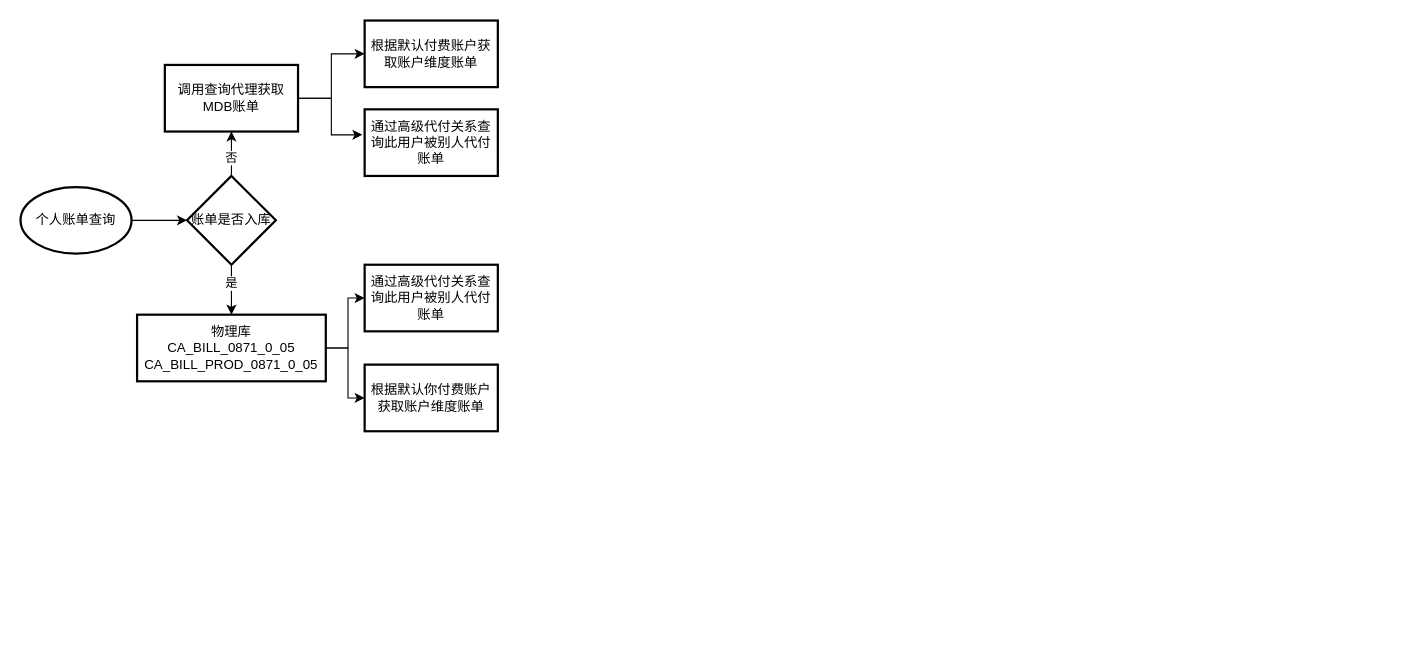
Earlier version of the draw.io diagram 未命名绘图.drawio (315944211/doc). Source tidied: cells renumbered, new cells numbered last; positions are measured from the earlier drawing's top-left corner, leaving out a move shared by most shapes. Both pictures are drawn from the tidied source at 111%, with x=0, y=0 at pixel (20, 20).
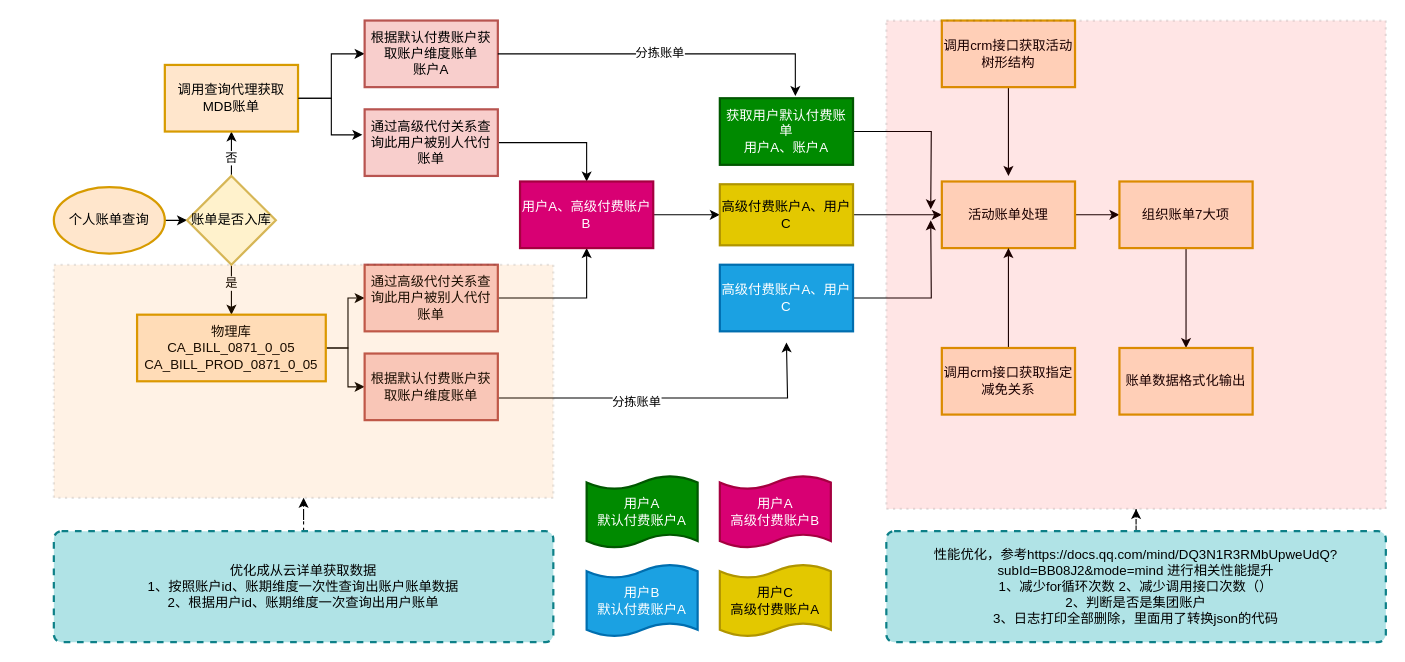
The same page after the edit.

Commit message (it also covers changes not shown here):
更新未命名绘图.drawio

Diff of the diagram source:
```diff
@@
-    <mxCell id="3" value="个人账单查询" style="strokeWidth=2;html=1;shape=mxgraph.flowchart.start_1;whiteSpace=wrap;" parent="1" vertex="1">
-      <mxGeometry y="150" width="100" height="60" as="geometry" />
+    <mxCell id="3" value="个人账单查询" style="strokeWidth=2;html=1;shape=mxgraph.flowchart.start_1;whiteSpace=wrap;fillColor=#ffe6cc;strokeColor=#d79b00;" parent="1" vertex="1">
+      <mxGeometry x="30" y="150" width="100" height="60" as="geometry" />
     </mxCell>
@@
-    <mxCell id="8" value="账单是否入库" style="rhombus;whiteSpace=wrap;html=1;strokeWidth=2;" parent="1" vertex="1">
+    <mxCell id="8" value="账单是否入库" style="rhombus;whiteSpace=wrap;html=1;strokeWidth=2;fillColor=#fff2cc;strokeColor=#d6b656;" parent="1" vertex="1">
       <mxGeometry x="150" y="140" width="80" height="80" as="geometry" />
     </mxCell>
@@
-    <mxCell id="10" value="调用查询代理获取MDB账单" style="whiteSpace=wrap;html=1;strokeWidth=2;" parent="1" vertex="1">
+    <mxCell id="10" value="调用查询代理获取MDB账单" style="whiteSpace=wrap;html=1;strokeWidth=2;fillColor=#ffe6cc;strokeColor=#d79b00;" parent="1" vertex="1">
       <mxGeometry x="130" y="40" width="120" height="60" as="geometry" />
     </mxCell>
@@
-    <mxCell id="13" value="物理库&lt;br&gt;&lt;div data-mind-map-text=&quot;[{&amp;quot;paragraphProps&amp;quot;:{&amp;quot;type&amp;quot;:&amp;quot;paragraph&amp;quot;,&amp;quot;textAlign&amp;quot;:0,&amp;quot;lineSpacing&amp;quot;:1.4},&amp;quot;isComplete&amp;quot;:true,&amp;quot;textProps&amp;quot;:[{&amp;quot;type&amp;quot;:&amp;quot;text&amp;quot;,&amp;quot;text&amp;quot;:&amp;quot;CA_BILL_0871_0_05&amp;quot;,&amp;quot;color&amp;quot;:&amp;quot;#1f1f1f&amp;quot;,&amp;quot;fontWeight&amp;quot;:400,&amp;quot;fontSize&amp;quot;:14,&amp;quot;fontFamily&amp;quot;:&amp;quot;\&amp;quot;Helvetica Neue\&amp;quot;, Helvetica, \&amp;quot;PingFang SC\&amp;quot;, \&amp;quot;Microsoft YaHei\&amp;quot;, \&amp;quot;Source Han Sans SC\&amp;quot;, \&amp;quot;Noto Sans CJK SC\&amp;quot;, \&amp;quot;WenQuanYi Micro Hei\&amp;quot;, sans-serif&amp;quot;,&amp;quot;italic&amp;quot;:false,&amp;quot;underline&amp;quot;:false,&amp;quot;strike&amp;quot;:false}]}]&quot;&gt;CA_BILL_0871_0_05&lt;br&gt;&lt;div data-mind-map-text=&quot;[{&amp;quot;paragraphProps&amp;quot;:{&amp;quot;type&amp;quot;:&amp;quot;paragraph&amp;quot;,&amp;quot;textAlign&amp;quot;:0,&amp;quot;lineSpacing&amp;quot;:1.4},&amp;quot;isComplete&amp;quot;:true,&amp;quot;textProps&amp;quot;:[{&amp;quot;type&amp;quot;:&amp;quot;text&amp;quot;,&amp;quot;text&amp;quot;:&amp;quot;CA_BILL_PROD_0871_0_05&amp;quot;,&amp;quot;color&amp;quot;:&amp;quot;#1f1f1f&amp;quot;,&amp;quot;fontWeight&amp;quot;:400,&amp;quot;fontSize&amp;quot;:14,&amp;quot;fontFamily&amp;quot;:&amp;quot;\&amp;quot;Helvetica Neue\&amp;quot;, Helvetica, \&amp;quot;PingFang SC\&amp;quot;, \&amp;quot;Microsoft YaHei\&amp;quot;, \&amp;quot;Source Han Sans SC\&amp;quot;, \&amp;quot;Noto Sans CJK SC\&amp;quot;, \&amp;quot;WenQuanYi Micro Hei\&amp;quot;, sans-serif&amp;quot;,&amp;quot;italic&amp;quot;:false,&amp;quot;underline&amp;quot;:false,&amp;quot;strike&amp;quot;:false}]}]&quot;&gt;CA_BILL_PROD_0871_0_05&lt;/div&gt;&lt;/div&gt;" style="whiteSpace=wrap;html=1;strokeWidth=2;" parent="1" vertex="1">
+    <mxCell id="13" value="物理库&lt;br&gt;&lt;div data-mind-map-text=&quot;[{&amp;quot;paragraphProps&amp;quot;:{&amp;quot;type&amp;quot;:&amp;quot;paragraph&amp;quot;,&amp;quot;textAlign&amp;quot;:0,&amp;quot;lineSpacing&amp;quot;:1.4},&amp;quot;isComplete&amp;quot;:true,&amp;quot;textProps&amp;quot;:[{&amp;quot;type&amp;quot;:&amp;quot;text&amp;quot;,&amp;quot;text&amp;quot;:&amp;quot;CA_BILL_0871_0_05&amp;quot;,&amp;quot;color&amp;quot;:&amp;quot;#1f1f1f&amp;quot;,&amp;quot;fontWeight&amp;quot;:400,&amp;quot;fontSize&amp;quot;:14,&amp;quot;fontFamily&amp;quot;:&amp;quot;\&amp;quot;Helvetica Neue\&amp;quot;, Helvetica, \&amp;quot;PingFang SC\&amp;quot;, \&amp;quot;Microsoft YaHei\&amp;quot;, \&amp;quot;Source Han Sans SC\&amp;quot;, \&amp;quot;Noto Sans CJK SC\&amp;quot;, \&amp;quot;WenQuanYi Micro Hei\&amp;quot;, sans-serif&amp;quot;,&amp;quot;italic&amp;quot;:false,&amp;quot;underline&amp;quot;:false,&amp;quot;strike&amp;quot;:false}]}]&quot;&gt;CA_BILL_0871_0_05&lt;br&gt;&lt;div data-mind-map-text=&quot;[{&amp;quot;paragraphProps&amp;quot;:{&amp;quot;type&amp;quot;:&amp;quot;paragraph&amp;quot;,&amp;quot;textAlign&amp;quot;:0,&amp;quot;lineSpacing&amp;quot;:1.4},&amp;quot;isComplete&amp;quot;:true,&amp;quot;textProps&amp;quot;:[{&amp;quot;type&amp;quot;:&amp;quot;text&amp;quot;,&amp;quot;text&amp;quot;:&amp;quot;CA_BILL_PROD_0871_0_05&amp;quot;,&amp;quot;color&amp;quot;:&amp;quot;#1f1f1f&amp;quot;,&amp;quot;fontWeight&amp;quot;:400,&amp;quot;fontSize&amp;quot;:14,&amp;quot;fontFamily&amp;quot;:&amp;quot;\&amp;quot;Helvetica Neue\&amp;quot;, Helvetica, \&amp;quot;PingFang SC\&amp;quot;, \&amp;quot;Microsoft YaHei\&amp;quot;, \&amp;quot;Source Han Sans SC\&amp;quot;, \&amp;quot;Noto Sans CJK SC\&amp;quot;, \&amp;quot;WenQuanYi Micro Hei\&amp;quot;, sans-serif&amp;quot;,&amp;quot;italic&amp;quot;:false,&amp;quot;underline&amp;quot;:false,&amp;quot;strike&amp;quot;:false}]}]&quot;&gt;CA_BILL_PROD_0871_0_05&lt;/div&gt;&lt;/div&gt;" style="whiteSpace=wrap;html=1;strokeWidth=2;fillColor=#ffe6cc;strokeColor=#d79b00;" parent="1" vertex="1">
       <mxGeometry x="105" y="265" width="170" height="60" as="geometry" />
     </mxCell>
-    <mxCell id="14" value="根据默认付费账户获取账户维度账单" style="whiteSpace=wrap;html=1;strokeWidth=2;" parent="1" vertex="1">
+    <mxCell id="14" value="根据默认付费账户获取账户维度账单&lt;br&gt;账户A" style="whiteSpace=wrap;html=1;strokeWidth=2;fillColor=#f8cecc;strokeColor=#b85450;" parent="1" vertex="1">
       <mxGeometry x="310" width="120" height="60" as="geometry" />
     </mxCell>
+    <mxCell id="19" style="edgeStyle=orthogonalEdgeStyle;rounded=0;jettySize=auto;html=1;" parent="1" edge="1" source="15">
+      <mxGeometry relative="1" as="geometry">
+        <mxPoint x="690" y="290" as="targetPoint" />
+        <Array as="points">
+          <mxPoint x="691" y="340" />
+        </Array>
+      </mxGeometry>
+    </mxCell>
+    <mxCell id="20" value="分拣账单" style="edgeLabel;html=1;align=center;verticalAlign=middle;" parent="19" vertex="1">
+      <mxGeometry x="-0.2" y="-3" relative="1" as="geometry" />
+    </mxCell>
-    <mxCell id="15" value="根据默认你付费账户获取账户维度账单" style="whiteSpace=wrap;html=1;strokeWidth=2;" parent="1" vertex="1">
-      <mxGeometry x="310" y="310" width="120" height="60" as="geometry" />
+    <mxCell id="15" value="根据默认付费账户获取账户维度账单" style="whiteSpace=wrap;html=1;strokeWidth=2;fillColor=#f8cecc;strokeColor=#b85450;" parent="1" vertex="1">
+      <mxGeometry x="310" y="300" width="120" height="60" as="geometry" />
     </mxCell>
+    <mxCell id="21" style="edgeStyle=orthogonalEdgeStyle;rounded=0;jettySize=auto;html=1;" parent="1" edge="1" source="16" target="30">
+      <mxGeometry relative="1" as="geometry" />
+    </mxCell>
-    <mxCell id="16" value="通过高级代付关系查询此用户被别人代付账单" style="whiteSpace=wrap;html=1;strokeWidth=2;" parent="1" vertex="1">
+    <mxCell id="16" value="通过高级代付关系查询此用户被别人代付账单" style="whiteSpace=wrap;html=1;strokeWidth=2;fillColor=#f8cecc;strokeColor=#b85450;" parent="1" vertex="1">
       <mxGeometry x="310" y="80" width="120" height="60" as="geometry" />
     </mxCell>
+    <mxCell id="22" style="edgeStyle=orthogonalEdgeStyle;rounded=0;jettySize=auto;html=1;entryX=0.5;entryY=1;entryDx=0;entryDy=0;" parent="1" edge="1" source="17" target="30">
+      <mxGeometry relative="1" as="geometry" />
+    </mxCell>
-    <mxCell id="17" value="通过高级代付关系查询此用户被别人代付账单" style="whiteSpace=wrap;html=1;strokeWidth=2;" parent="1" vertex="1">
+    <mxCell id="17" value="通过高级代付关系查询此用户被别人代付账单" style="whiteSpace=wrap;html=1;strokeWidth=2;fillColor=#f8cecc;strokeColor=#b85450;" parent="1" vertex="1">
       <mxGeometry x="310" y="220" width="120" height="60" as="geometry" />
     </mxCell>
@@
+    <mxCell id="23" style="edgeStyle=orthogonalEdgeStyle;rounded=0;jettySize=auto;html=1;" parent="1" edge="1" source="24">
+      <mxGeometry relative="1" as="geometry">
+        <mxPoint x="820" y="170" as="targetPoint" />
+      </mxGeometry>
+    </mxCell>
+    <mxCell id="24" value="获取用户默认付费账单&lt;br&gt;用户A、账户A" style="whiteSpace=wrap;html=1;strokeWidth=2;fillColor=#008a00;fontColor=#ffffff;strokeColor=#005700;" parent="1" vertex="1">
+      <mxGeometry x="630" y="70" width="120" height="60" as="geometry" />
+    </mxCell>
+    <mxCell id="25" value="用户A&lt;br&gt;默认付费账户A" style="shape=tape;whiteSpace=wrap;html=1;strokeWidth=2;size=0.19;fillColor=#008a00;strokeColor=#005700;fontColor=#ffffff;" parent="1" vertex="1">
+      <mxGeometry x="510" y="410" width="100" height="65" as="geometry" />
+    </mxCell>
+    <mxCell id="26" value="用户A&lt;br&gt;高级付费账户B" style="shape=tape;whiteSpace=wrap;html=1;strokeWidth=2;size=0.19;fillColor=#d80073;fontColor=#ffffff;strokeColor=#A50040;" parent="1" vertex="1">
+      <mxGeometry x="630" y="410" width="100" height="65" as="geometry" />
+    </mxCell>
+    <mxCell id="27" value="用户B&lt;br&gt;默认付费账户A" style="shape=tape;whiteSpace=wrap;html=1;strokeWidth=2;size=0.19;fillColor=#1ba1e2;strokeColor=#006EAF;fontColor=#ffffff;" parent="1" vertex="1">
+      <mxGeometry x="510" y="490" width="100" height="65" as="geometry" />
+    </mxCell>
+    <mxCell id="28" value="用户C&lt;br&gt;高级付费账户A" style="shape=tape;whiteSpace=wrap;html=1;strokeWidth=2;size=0.19;fillColor=#e3c800;fontColor=#000000;strokeColor=#B09500;" parent="1" vertex="1">
+      <mxGeometry x="630" y="490" width="100" height="65" as="geometry" />
+    </mxCell>
+    <mxCell id="29" style="edgeStyle=orthogonalEdgeStyle;rounded=0;jettySize=auto;html=1;" parent="1" edge="1" source="30" target="32">
+      <mxGeometry relative="1" as="geometry" />
+    </mxCell>
+    <mxCell id="30" value="用户A、高级付费账户B" style="whiteSpace=wrap;html=1;strokeWidth=2;fillColor=#d80073;fontColor=#ffffff;strokeColor=#A50040;" parent="1" vertex="1">
+      <mxGeometry x="450" y="145" width="120" height="60" as="geometry" />
+    </mxCell>
+    <mxCell id="31" style="edgeStyle=orthogonalEdgeStyle;rounded=0;jettySize=auto;html=1;entryX=0;entryY=0.5;entryDx=0;entryDy=0;" parent="1" edge="1" source="32" target="38">
+      <mxGeometry relative="1" as="geometry" />
+    </mxCell>
+    <mxCell id="32" value="高级付费账户A、用户C" style="whiteSpace=wrap;html=1;strokeWidth=2;fillColor=#e3c800;fontColor=#000000;strokeColor=#B09500;" parent="1" vertex="1">
+      <mxGeometry x="630" y="147.5" width="120" height="55" as="geometry" />
+    </mxCell>
+    <mxCell id="33" style="edgeStyle=orthogonalEdgeStyle;rounded=0;jettySize=auto;html=1;" parent="1" edge="1" source="34">
+      <mxGeometry relative="1" as="geometry">
+        <mxPoint x="820" y="180" as="targetPoint" />
+      </mxGeometry>
+    </mxCell>
+    <mxCell id="34" value="高级付费账户A、用户C" style="whiteSpace=wrap;html=1;strokeWidth=2;fillColor=#1ba1e2;fontColor=#ffffff;strokeColor=#006EAF;" parent="1" vertex="1">
+      <mxGeometry x="630" y="220" width="120" height="60" as="geometry" />
+    </mxCell>
+    <mxCell id="35" style="edgeStyle=orthogonalEdgeStyle;rounded=0;jettySize=auto;html=1;entryX=0.567;entryY=-0.033;entryDx=0;entryDy=0;entryPerimeter=0;" parent="1" edge="1" source="14" target="24">
+      <mxGeometry relative="1" as="geometry" />
+    </mxCell>
+    <mxCell id="36" value="分拣账单" style="edgeLabel;html=1;align=center;verticalAlign=middle;" parent="35" vertex="1">
+      <mxGeometry x="-0.05" y="2" relative="1" as="geometry" />
+    </mxCell>
+    <mxCell id="37" style="edgeStyle=orthogonalEdgeStyle;rounded=0;jettySize=auto;html=1;" parent="1" edge="1" source="38" target="44">
+      <mxGeometry relative="1" as="geometry" />
+    </mxCell>
+    <mxCell id="38" value="活动账单处理" style="whiteSpace=wrap;html=1;strokeWidth=2;fillColor=#ffe6cc;strokeColor=#d79b00;" parent="1" vertex="1">
+      <mxGeometry x="830" y="145" width="120" height="60" as="geometry" />
+    </mxCell>
+    <mxCell id="39" style="edgeStyle=orthogonalEdgeStyle;rounded=0;jettySize=auto;html=1;" parent="1" edge="1" source="40">
+      <mxGeometry relative="1" as="geometry">
+        <mxPoint x="890" y="140" as="targetPoint" />
+      </mxGeometry>
+    </mxCell>
+    <mxCell id="40" value="调用crm接口获取活动树形结构" style="whiteSpace=wrap;html=1;strokeWidth=2;fillColor=#ffe6cc;strokeColor=#d79b00;" parent="1" vertex="1">
+      <mxGeometry x="830" width="120" height="60" as="geometry" />
+    </mxCell>
+    <mxCell id="41" style="edgeStyle=orthogonalEdgeStyle;rounded=0;jettySize=auto;html=1;" parent="1" edge="1" source="42" target="38">
+      <mxGeometry relative="1" as="geometry" />
+    </mxCell>
+    <mxCell id="42" value="调用crm接口获取指定减免关系" style="whiteSpace=wrap;html=1;strokeWidth=2;fillColor=#ffe6cc;strokeColor=#d79b00;" parent="1" vertex="1">
+      <mxGeometry x="830" y="295" width="120" height="60" as="geometry" />
+    </mxCell>
+    <mxCell id="43" style="edgeStyle=orthogonalEdgeStyle;rounded=0;jettySize=auto;html=1;" parent="1" edge="1" source="44" target="45">
+      <mxGeometry relative="1" as="geometry" />
+    </mxCell>
+    <mxCell id="44" value="组织账单7大项" style="whiteSpace=wrap;html=1;strokeWidth=2;fillColor=#ffe6cc;strokeColor=#d79b00;" parent="1" vertex="1">
+      <mxGeometry x="990" y="145" width="120" height="60" as="geometry" />
+    </mxCell>
+    <mxCell id="45" value="账单数据格式化输出" style="whiteSpace=wrap;html=1;strokeWidth=2;fillColor=#ffe6cc;strokeColor=#d79b00;" parent="1" vertex="1">
+      <mxGeometry x="990" y="295" width="120" height="60" as="geometry" />
+    </mxCell>
+    <mxCell id="46" style="rounded=0;whiteSpace=wrap;html=1;absoluteArcSize=1;arcSize=14;strokeWidth=2;dashed=1;opacity=10;fillColor=#FF8000;strokeColor=default;dashPattern=1 2;" parent="1" vertex="1">
+      <mxGeometry x="30" y="220" width="450" height="210" as="geometry" />
+    </mxCell>
+    <mxCell id="47" style="edgeStyle=orthogonalEdgeStyle;rounded=0;jettySize=auto;html=1;dashed=1;" parent="1" edge="1" source="48" target="46">
+      <mxGeometry relative="1" as="geometry" />
+    </mxCell>
+    <mxCell id="48" value="优化成从云详单获取数据&lt;br&gt;1、按照账户id、账期维度一次性查询出账户账单数据&lt;br&gt;2、根据用户id、账期维度一次查询出用户账单" style="rounded=1;whiteSpace=wrap;html=1;absoluteArcSize=1;arcSize=14;strokeWidth=2;fillColor=#b0e3e6;strokeColor=#0e8088;dashed=1;" parent="1" vertex="1">
+      <mxGeometry x="30" y="460" width="450" height="100" as="geometry" />
+    </mxCell>
+    <mxCell id="49" style="rounded=0;whiteSpace=wrap;html=1;absoluteArcSize=1;arcSize=14;strokeWidth=2;dashed=1;opacity=10;fillColor=#FF0000;strokeColor=default;dashPattern=1 2;" parent="1" vertex="1">
+      <mxGeometry x="780" width="450" height="440" as="geometry" />
+    </mxCell>
+    <mxCell id="50" style="edgeStyle=orthogonalEdgeStyle;rounded=0;jettySize=auto;html=1;dashed=1;" parent="1" edge="1" source="51" target="49">
+      <mxGeometry relative="1" as="geometry" />
+    </mxCell>
+    <mxCell id="51" value="性能优化，参考https://docs.qq.com/mind/DQ3N1R3RMbUpweUdQ?subId=BB08J2&amp;amp;mode=mind 进行相关性能提升&lt;br&gt;1、减少for循环次数 2、减少调用接口次数（&lt;span style=&quot;background-color: transparent; color: light-dark(rgb(0, 0, 0), rgb(255, 255, 255));&quot;&gt;）&lt;/span&gt;&lt;br&gt;2、判断是否是集团账户&lt;br&gt;3、日志打印全部删除，里面用了转换json的代码" style="rounded=1;whiteSpace=wrap;html=1;absoluteArcSize=1;arcSize=14;strokeWidth=2;fillColor=#b0e3e6;strokeColor=#0e8088;dashed=1;" parent="1" vertex="1">
+      <mxGeometry x="780" y="460" width="450" height="100" as="geometry" />
+    </mxCell>
```
